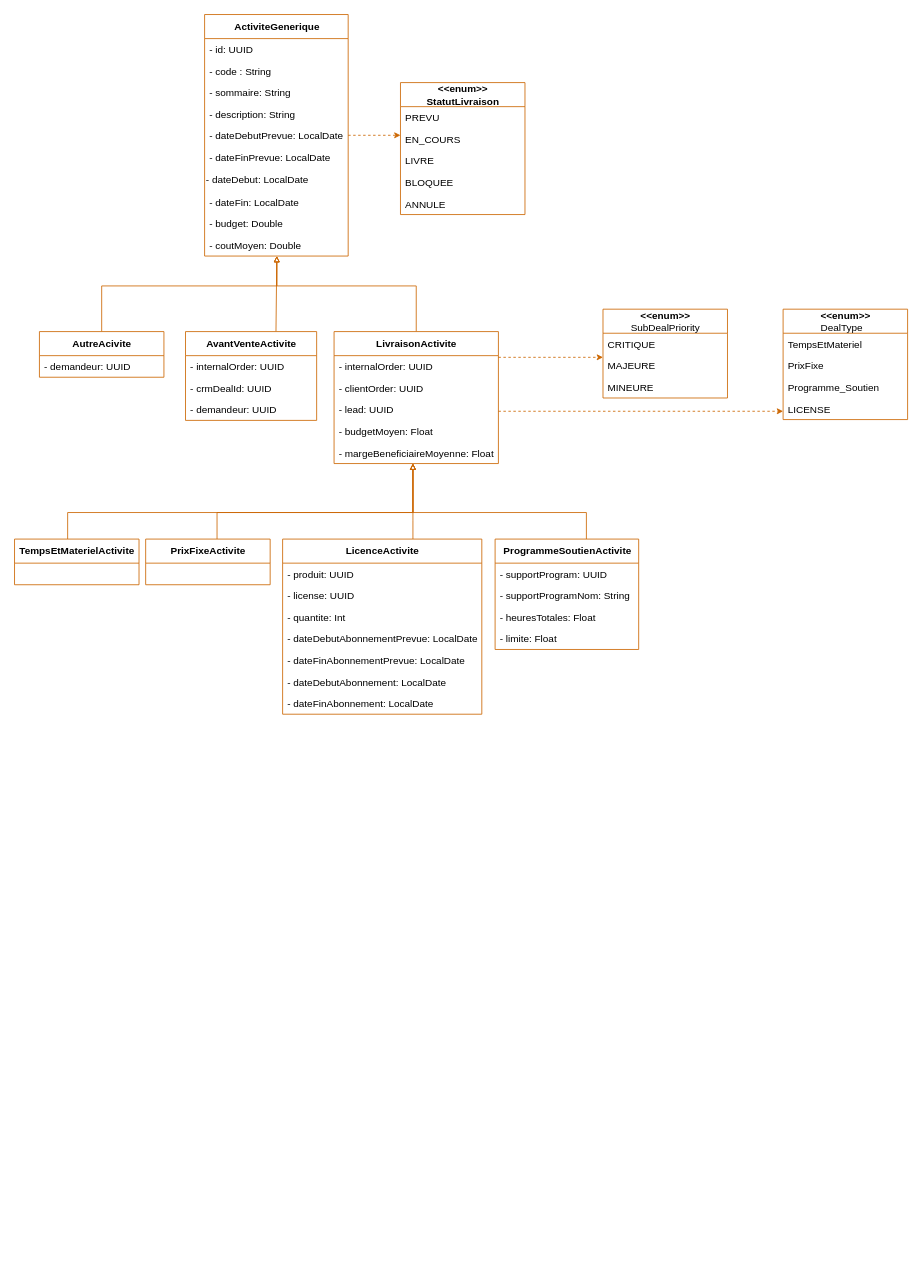
This is page "Page-2" (2 of 2) of Delivery/Delivery_Fr_DiagrammeClasse.drawio from ZidiMedAmine/UML, a draw.io file, before an edit. Source tidied: cells renumbered, new cells numbered last; positions are measured from the earlier drawing's top-left corner, leaving out a move shared by most shapes. Both pictures are drawn from the tidied source at 83%, with x=0, y=0 at pixel (14, 14).
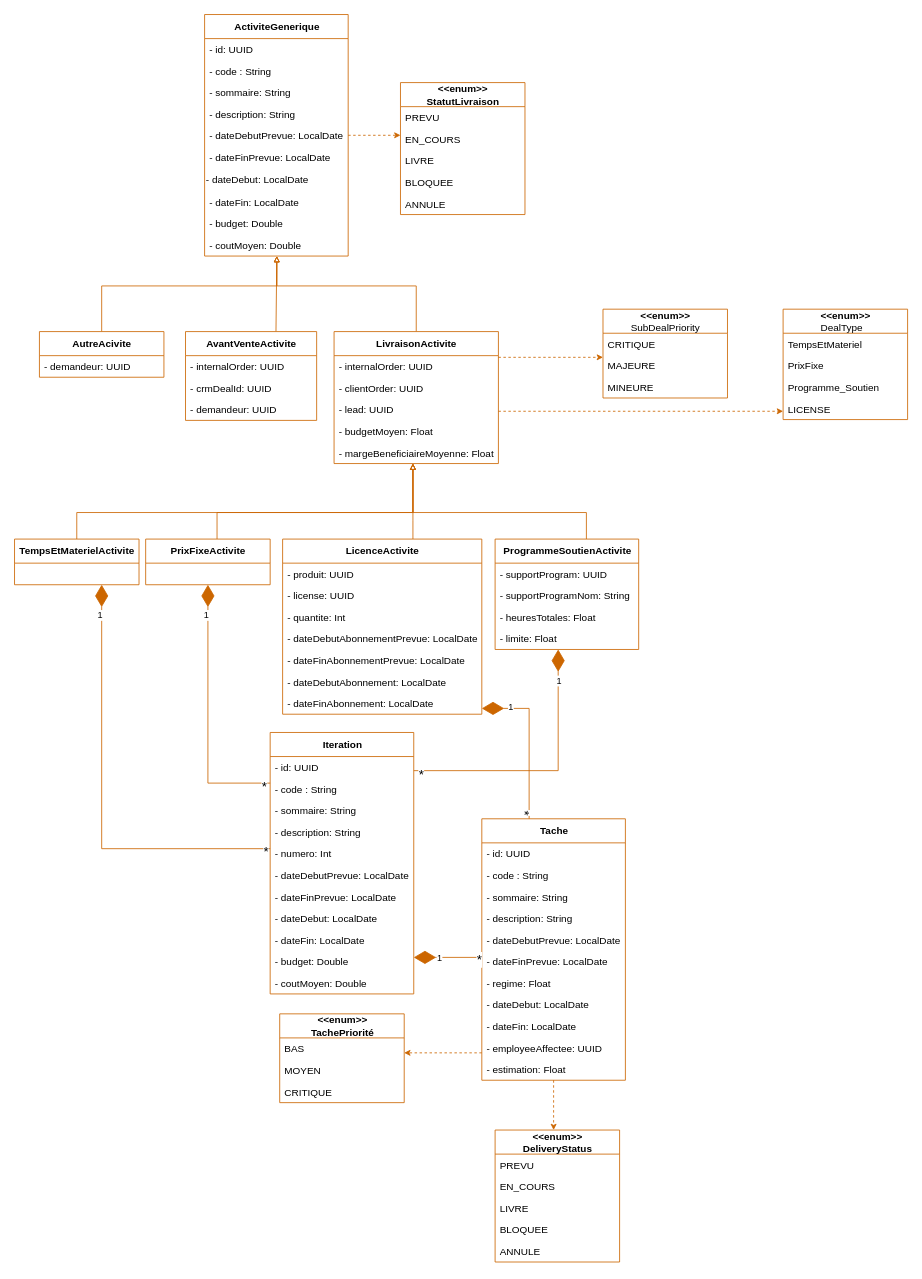
Above is the later version.

Unchanged cells that the change refers to:
```xml
<mxCell id="24" value="LivraisonActivite" style="swimlane;fontStyle=1;align=center;verticalAlign=middle;horizontal=1;startSize=29;html=1;fontSize=12;labelPosition=center;verticalLabelPosition=middle;swimlaneLine=1;rounded=0;sketch=0;glass=0;strokeColor=#CC6600;" parent="1" vertex="1">
  <mxGeometry x="385" y="382" width="198" height="159" as="geometry" />
</mxCell>
<mxCell id="36" value="&lt;b&gt;PrixFixe&lt;/b&gt;&lt;b&gt;Activite&lt;/b&gt;" style="swimlane;fontStyle=1;align=center;verticalAlign=middle;horizontal=1;startSize=29;html=1;fontSize=12;labelPosition=center;verticalLabelPosition=middle;swimlaneLine=1;rounded=0;sketch=0;glass=0;strokeColor=#CC6600;" parent="1" vertex="1">
  <mxGeometry x="158" y="632" width="150" height="55" as="geometry" />
</mxCell>
<mxCell id="38" value="&lt;b&gt;TempsEtMateriel&lt;/b&gt;&lt;b&gt;Activite&lt;/b&gt;" style="swimlane;fontStyle=1;align=center;verticalAlign=middle;horizontal=1;startSize=29;html=1;fontSize=12;labelPosition=center;verticalLabelPosition=middle;swimlaneLine=1;rounded=0;sketch=0;glass=0;strokeColor=#CC6600;" parent="1" vertex="1">
  <mxGeometry y="632" width="150" height="55" as="geometry" />
</mxCell>
<mxCell id="40" value="Licence&lt;b&gt;Activite&lt;/b&gt;" style="swimlane;fontStyle=1;align=center;verticalAlign=middle;horizontal=1;startSize=29;html=1;fontSize=12;labelPosition=center;verticalLabelPosition=middle;swimlaneLine=1;rounded=0;sketch=0;glass=0;strokeColor=#CC6600;" parent="1" vertex="1">
  <mxGeometry x="323" y="632" width="240" height="211" as="geometry" />
</mxCell>
<mxCell id="49" value="&lt;b&gt;ProgrammeSoutien&lt;/b&gt;&lt;b&gt;Activite&lt;/b&gt;" style="swimlane;fontStyle=1;align=center;verticalAlign=middle;horizontal=1;startSize=29;html=1;fontSize=12;labelPosition=center;verticalLabelPosition=middle;swimlaneLine=1;rounded=0;sketch=0;glass=0;strokeColor=#CC6600;" parent="1" vertex="1">
  <mxGeometry x="579" y="632" width="173" height="133" as="geometry" />
</mxCell>
```

Change to the diagram source:
```diff
@@
     <mxCell id="37" style="edgeStyle=orthogonalEdgeStyle;rounded=0;jettySize=auto;html=1;endArrow=block;endFill=0;startSize=5;endSize=5;strokeColor=#CC6600;" parent="1" edge="1" source="38" target="24">
       <mxGeometry relative="1" as="geometry">
         <Array as="points">
-          <mxPoint x="64" y="600" />
+          <mxPoint x="75" y="600" />
           <mxPoint x="480" y="600" />
         </Array>
       </mxGeometry>
     </mxCell>
@@
+    <mxCell id="65" value="&lt;b&gt;Iteration&lt;/b&gt;" style="swimlane;fontStyle=0;align=center;verticalAlign=middle;horizontal=1;startSize=29;html=1;fontSize=12;labelPosition=center;verticalLabelPosition=middle;strokeColor=#CC6600;swimlaneLine=1;rounded=0;shadow=0;glass=0;sketch=0;perimeterSpacing=0;" parent="1" vertex="1">
+      <mxGeometry x="308" y="865" width="173" height="315" as="geometry" />
+    </mxCell>
+    <mxCell id="66" value="- id: UUID" style="text;strokeColor=none;fillColor=none;align=left;verticalAlign=top;spacingLeft=4;spacingRight=4;overflow=hidden;fontStyle=0;" parent="65" vertex="1">
+      <mxGeometry y="29" width="173" height="26" as="geometry" />
+    </mxCell>
+    <mxCell id="67" value="- code : String" style="text;strokeColor=none;fillColor=none;align=left;verticalAlign=top;spacingLeft=4;spacingRight=4;overflow=hidden;fontStyle=0;" parent="65" vertex="1">
+      <mxGeometry y="55" width="173" height="26" as="geometry" />
+    </mxCell>
+    <mxCell id="68" value="- sommaire: String" style="text;strokeColor=none;fillColor=none;align=left;verticalAlign=top;spacingLeft=4;spacingRight=4;overflow=hidden;fontStyle=0;" parent="65" vertex="1">
+      <mxGeometry y="81" width="173" height="26" as="geometry" />
+    </mxCell>
+    <mxCell id="69" value="- description: String" style="text;strokeColor=none;fillColor=none;align=left;verticalAlign=top;spacingLeft=4;spacingRight=4;overflow=hidden;fontStyle=0;" parent="65" vertex="1">
+      <mxGeometry y="107" width="173" height="26" as="geometry" />
+    </mxCell>
+    <mxCell id="70" value="- numero: Int" style="text;strokeColor=none;fillColor=none;align=left;verticalAlign=top;spacingLeft=4;spacingRight=4;overflow=hidden;fontStyle=0;" parent="65" vertex="1">
+      <mxGeometry y="133" width="173" height="26" as="geometry" />
+    </mxCell>
+    <mxCell id="71" value="- dateDebutPrevue: LocalDate" style="text;strokeColor=none;fillColor=none;align=left;verticalAlign=top;spacingLeft=4;spacingRight=4;overflow=hidden;fontStyle=0;" parent="65" vertex="1">
+      <mxGeometry y="159" width="173" height="26" as="geometry" />
+    </mxCell>
+    <mxCell id="72" value="- dateFinPrevue: LocalDate" style="text;strokeColor=none;fillColor=none;align=left;verticalAlign=top;spacingLeft=4;spacingRight=4;overflow=hidden;fontStyle=0;" parent="65" vertex="1">
+      <mxGeometry y="185" width="173" height="26" as="geometry" />
+    </mxCell>
+    <mxCell id="73" value="- dateDebut: LocalDate" style="text;strokeColor=none;fillColor=none;align=left;verticalAlign=top;spacingLeft=4;spacingRight=4;overflow=hidden;fontStyle=0;" parent="65" vertex="1">
+      <mxGeometry y="211" width="173" height="26" as="geometry" />
+    </mxCell>
+    <mxCell id="74" value="- dateFin: LocalDate" style="text;strokeColor=none;fillColor=none;align=left;verticalAlign=top;spacingLeft=4;spacingRight=4;overflow=hidden;fontStyle=0;" parent="65" vertex="1">
+      <mxGeometry y="237" width="173" height="26" as="geometry" />
+    </mxCell>
+    <mxCell id="75" value="- budget: Double" style="text;strokeColor=none;fillColor=none;align=left;verticalAlign=top;spacingLeft=4;spacingRight=4;overflow=hidden;fontStyle=0;" parent="65" vertex="1">
+      <mxGeometry y="263" width="173" height="26" as="geometry" />
+    </mxCell>
+    <mxCell id="76" value="- coutMoyen: Double" style="text;strokeColor=none;fillColor=none;align=left;verticalAlign=top;spacingLeft=4;spacingRight=4;overflow=hidden;fontStyle=0;" parent="65" vertex="1">
+      <mxGeometry y="289" width="173" height="26" as="geometry" />
+    </mxCell>
+    <mxCell id="77" value="&lt;b&gt;Tache&lt;br&gt;&lt;/b&gt;" style="swimlane;fontStyle=0;align=center;verticalAlign=middle;horizontal=1;startSize=29;html=1;fontSize=12;labelPosition=center;verticalLabelPosition=middle;strokeColor=#CC6600;swimlaneLine=1;rounded=0;shadow=0;glass=0;sketch=0;perimeterSpacing=0;" parent="1" vertex="1">
+      <mxGeometry x="563" y="969" width="173" height="315" as="geometry" />
+    </mxCell>
+    <mxCell id="78" value="- id: UUID" style="text;strokeColor=none;fillColor=none;align=left;verticalAlign=top;spacingLeft=4;spacingRight=4;overflow=hidden;fontStyle=0;" parent="77" vertex="1">
+      <mxGeometry y="29" width="173" height="26" as="geometry" />
+    </mxCell>
+    <mxCell id="79" value="- code : String" style="text;strokeColor=none;fillColor=none;align=left;verticalAlign=top;spacingLeft=4;spacingRight=4;overflow=hidden;fontStyle=0;" parent="77" vertex="1">
+      <mxGeometry y="55" width="173" height="26" as="geometry" />
+    </mxCell>
+    <mxCell id="80" value="- sommaire: String" style="text;strokeColor=none;fillColor=none;align=left;verticalAlign=top;spacingLeft=4;spacingRight=4;overflow=hidden;fontStyle=0;" parent="77" vertex="1">
+      <mxGeometry y="81" width="173" height="26" as="geometry" />
+    </mxCell>
+    <mxCell id="81" value="- description: String" style="text;strokeColor=none;fillColor=none;align=left;verticalAlign=top;spacingLeft=4;spacingRight=4;overflow=hidden;fontStyle=0;" parent="77" vertex="1">
+      <mxGeometry y="107" width="173" height="26" as="geometry" />
+    </mxCell>
+    <mxCell id="82" value="- dateDebutPrevue: LocalDate" style="text;strokeColor=none;fillColor=none;align=left;verticalAlign=top;spacingLeft=4;spacingRight=4;overflow=hidden;fontStyle=0;" parent="77" vertex="1">
+      <mxGeometry y="133" width="173" height="26" as="geometry" />
+    </mxCell>
+    <mxCell id="83" value="- dateFinPrevue: LocalDate" style="text;strokeColor=none;fillColor=none;align=left;verticalAlign=top;spacingLeft=4;spacingRight=4;overflow=hidden;fontStyle=0;" parent="77" vertex="1">
+      <mxGeometry y="159" width="173" height="26" as="geometry" />
+    </mxCell>
+    <mxCell id="84" value="- regime: Float" style="text;strokeColor=none;fillColor=none;align=left;verticalAlign=top;spacingLeft=4;spacingRight=4;overflow=hidden;fontStyle=0;" parent="77" vertex="1">
+      <mxGeometry y="185" width="173" height="26" as="geometry" />
+    </mxCell>
+    <mxCell id="85" value="- dateDebut: LocalDate" style="text;strokeColor=none;fillColor=none;align=left;verticalAlign=top;spacingLeft=4;spacingRight=4;overflow=hidden;fontStyle=0;" parent="77" vertex="1">
+      <mxGeometry y="211" width="173" height="26" as="geometry" />
+    </mxCell>
+    <mxCell id="86" value="- dateFin: LocalDate" style="text;strokeColor=none;fillColor=none;align=left;verticalAlign=top;spacingLeft=4;spacingRight=4;overflow=hidden;fontStyle=0;" parent="77" vertex="1">
+      <mxGeometry y="237" width="173" height="26" as="geometry" />
+    </mxCell>
+    <mxCell id="87" value="- employeeAffectee: UUID" style="text;strokeColor=none;fillColor=none;align=left;verticalAlign=top;spacingLeft=4;spacingRight=4;overflow=hidden;fontStyle=0;" parent="77" vertex="1">
+      <mxGeometry y="263" width="173" height="26" as="geometry" />
+    </mxCell>
+    <mxCell id="88" value="- estimation: Float" style="text;strokeColor=none;fillColor=none;align=left;verticalAlign=top;spacingLeft=4;spacingRight=4;overflow=hidden;fontStyle=0;" parent="77" vertex="1">
+      <mxGeometry y="289" width="173" height="26" as="geometry" />
+    </mxCell>
+    <mxCell id="89" value="&lt;b&gt;&amp;lt;&amp;lt;enum&amp;gt;&amp;gt;&lt;/b&gt;&lt;br&gt;&lt;div style=&quot;text-align: left&quot;&gt;&lt;b&gt;TachePriorité&lt;/b&gt;&lt;br&gt;&lt;/div&gt;" style="swimlane;fontStyle=0;align=center;verticalAlign=middle;horizontal=1;startSize=29;html=1;fontSize=12;labelPosition=center;verticalLabelPosition=middle;swimlaneLine=1;rounded=0;sketch=0;glass=0;strokeColor=#CC6600;" parent="1" vertex="1">
+      <mxGeometry x="319.5" y="1204" width="150" height="107" as="geometry" />
+    </mxCell>
+    <mxCell id="90" value="BAS" style="text;strokeColor=none;fillColor=none;align=left;verticalAlign=top;spacingLeft=4;spacingRight=4;overflow=hidden;fontStyle=0;" parent="89" vertex="1">
+      <mxGeometry y="29" width="150" height="26" as="geometry" />
+    </mxCell>
+    <mxCell id="91" value="MOYEN" style="text;strokeColor=none;fillColor=none;align=left;verticalAlign=top;spacingLeft=4;spacingRight=4;overflow=hidden;fontStyle=0;" parent="89" vertex="1">
+      <mxGeometry y="55" width="150" height="26" as="geometry" />
+    </mxCell>
+    <mxCell id="92" value="CRITIQUE" style="text;strokeColor=none;fillColor=none;align=left;verticalAlign=top;spacingLeft=4;spacingRight=4;overflow=hidden;fontStyle=0;" parent="89" vertex="1">
+      <mxGeometry y="81" width="150" height="26" as="geometry" />
+    </mxCell>
+    <mxCell id="93" value="&lt;b&gt;&amp;lt;&amp;lt;enum&amp;gt;&amp;gt;&lt;/b&gt;&lt;br&gt;&lt;div style=&quot;text-align: left&quot;&gt;&lt;b&gt;DeliveryStatus&lt;/b&gt;&lt;br&gt;&lt;/div&gt;" style="swimlane;fontStyle=0;align=center;verticalAlign=middle;horizontal=1;startSize=29;html=1;fontSize=12;labelPosition=center;verticalLabelPosition=middle;swimlaneLine=1;rounded=0;sketch=0;glass=0;strokeColor=#CC6600;" parent="1" vertex="1">
+      <mxGeometry x="579" y="1344" width="150" height="159" as="geometry" />
+    </mxCell>
+    <mxCell id="94" value="PREVU" style="text;strokeColor=none;fillColor=none;align=left;verticalAlign=top;spacingLeft=4;spacingRight=4;overflow=hidden;fontStyle=0;" parent="93" vertex="1">
+      <mxGeometry y="29" width="150" height="26" as="geometry" />
+    </mxCell>
+    <mxCell id="95" value="EN_COURS" style="text;strokeColor=none;fillColor=none;align=left;verticalAlign=top;spacingLeft=4;spacingRight=4;overflow=hidden;fontStyle=0;" parent="93" vertex="1">
+      <mxGeometry y="55" width="150" height="26" as="geometry" />
+    </mxCell>
+    <mxCell id="96" value="LIVRE" style="text;strokeColor=none;fillColor=none;align=left;verticalAlign=top;spacingLeft=4;spacingRight=4;overflow=hidden;fontStyle=0;" parent="93" vertex="1">
+      <mxGeometry y="81" width="150" height="26" as="geometry" />
+    </mxCell>
+    <mxCell id="97" value="BLOQUEE" style="text;strokeColor=none;fillColor=none;align=left;verticalAlign=top;spacingLeft=4;spacingRight=4;overflow=hidden;fontStyle=0;" parent="93" vertex="1">
+      <mxGeometry y="107" width="150" height="26" as="geometry" />
+    </mxCell>
+    <mxCell id="98" value="ANNULE" style="text;strokeColor=none;fillColor=none;align=left;verticalAlign=top;spacingLeft=4;spacingRight=4;overflow=hidden;fontStyle=0;" parent="93" vertex="1">
+      <mxGeometry y="133" width="150" height="26" as="geometry" />
+    </mxCell>
+    <mxCell id="99" style="rounded=0;jettySize=auto;html=1;endArrow=classic;endFill=1;startSize=5;endSize=5;dashed=1;strokeColor=#CC6600;edgeStyle=orthogonalEdgeStyle;" parent="1" edge="1" source="77" target="93">
+      <mxGeometry relative="1" as="geometry">
+        <Array as="points">
+          <mxPoint x="626" y="1382" />
+          <mxPoint x="626" y="1382" />
+        </Array>
+      </mxGeometry>
+    </mxCell>
+    <mxCell id="100" style="endArrow=diamondThin;endFill=1;endSize=24;html=1;rounded=0;strokeColor=#CC6600;edgeStyle=orthogonalEdgeStyle;" parent="1" edge="1" source="77" target="65">
+      <mxGeometry relative="1" as="geometry">
+        <Array as="points">
+          <mxPoint x="509" y="1136" />
+          <mxPoint x="509" y="1136" />
+        </Array>
+      </mxGeometry>
+    </mxCell>
+    <mxCell id="101" value="1" style="edgeLabel;html=1;align=center;verticalAlign=middle;" parent="100" vertex="1">
+      <mxGeometry x="-0.71" y="-1" relative="1" as="geometry">
+        <mxPoint x="-40" y="1" as="offset" />
+      </mxGeometry>
+    </mxCell>
+    <mxCell id="102" value="*" style="edgeLabel;html=1;align=center;verticalAlign=middle;rotation=0;fontSize=16;" parent="100" vertex="1">
+      <mxGeometry x="-0.12" relative="1" as="geometry">
+        <mxPoint x="32" y="2" as="offset" />
+      </mxGeometry>
+    </mxCell>
+    <mxCell id="103" style="rounded=0;jettySize=auto;html=1;endArrow=classic;endFill=1;startSize=5;endSize=5;dashed=1;strokeColor=#CC6600;edgeStyle=orthogonalEdgeStyle;" parent="1" edge="1" source="77" target="89">
+      <mxGeometry relative="1" as="geometry">
+        <Array as="points">
+          <mxPoint x="521" y="1251" />
+          <mxPoint x="521" y="1251" />
+        </Array>
+      </mxGeometry>
+    </mxCell>
+    <mxCell id="104" style="endArrow=diamondThin;endFill=1;endSize=24;html=1;rounded=0;strokeColor=#CC6600;edgeStyle=orthogonalEdgeStyle;" parent="1" edge="1" source="65" target="49">
+      <mxGeometry relative="1" as="geometry">
+        <Array as="points">
+          <mxPoint x="655" y="911" />
+        </Array>
+      </mxGeometry>
+    </mxCell>
+    <mxCell id="105" value="1" style="edgeLabel;html=1;align=center;verticalAlign=middle;" parent="104" vertex="1">
+      <mxGeometry x="-0.71" y="-1" relative="1" as="geometry">
+        <mxPoint x="128" y="-110" as="offset" />
+      </mxGeometry>
+    </mxCell>
+    <mxCell id="106" value="*" style="edgeLabel;html=1;align=center;verticalAlign=middle;rotation=0;fontSize=16;" parent="104" vertex="1">
+      <mxGeometry x="-0.12" relative="1" as="geometry">
+        <mxPoint x="-133" y="4" as="offset" />
+      </mxGeometry>
+    </mxCell>
+    <mxCell id="107" style="endArrow=diamondThin;endFill=1;endSize=24;html=1;rounded=0;strokeColor=#CC6600;edgeStyle=orthogonalEdgeStyle;" parent="1" edge="1" source="65" target="36">
+      <mxGeometry relative="1" as="geometry">
+        <Array as="points">
+          <mxPoint x="233" y="926" />
+        </Array>
+      </mxGeometry>
+    </mxCell>
+    <mxCell id="108" value="1" style="edgeLabel;html=1;align=center;verticalAlign=middle;" parent="107" vertex="1">
+      <mxGeometry x="-0.71" y="-1" relative="1" as="geometry">
+        <mxPoint x="-32" y="-202" as="offset" />
+      </mxGeometry>
+    </mxCell>
+    <mxCell id="109" value="*" style="edgeLabel;html=1;align=center;verticalAlign=middle;rotation=0;fontSize=16;" parent="107" vertex="1">
+      <mxGeometry x="-0.12" relative="1" as="geometry">
+        <mxPoint x="67" y="66" as="offset" />
+      </mxGeometry>
+    </mxCell>
+    <mxCell id="110" style="endArrow=diamondThin;endFill=1;endSize=24;html=1;rounded=0;strokeColor=#CC6600;edgeStyle=orthogonalEdgeStyle;" parent="1" edge="1" source="65" target="38">
+      <mxGeometry relative="1" as="geometry">
+        <Array as="points">
+          <mxPoint x="105" y="1005" />
+        </Array>
+      </mxGeometry>
+    </mxCell>
+    <mxCell id="111" value="1" style="edgeLabel;html=1;align=center;verticalAlign=middle;" parent="110" vertex="1">
+      <mxGeometry x="-0.71" y="-1" relative="1" as="geometry">
+        <mxPoint x="-130" y="-281" as="offset" />
+      </mxGeometry>
+    </mxCell>
+    <mxCell id="112" value="*" style="edgeLabel;html=1;align=center;verticalAlign=middle;rotation=0;fontSize=16;" parent="110" vertex="1">
+      <mxGeometry x="-0.12" relative="1" as="geometry">
+        <mxPoint x="197" y="28" as="offset" />
+      </mxGeometry>
+    </mxCell>
+    <mxCell id="113" style="endArrow=diamondThin;endFill=1;endSize=24;html=1;rounded=0;strokeColor=#CC6600;edgeStyle=orthogonalEdgeStyle;" parent="1" edge="1" source="77" target="40">
+      <mxGeometry relative="1" as="geometry">
+        <Array as="points">
+          <mxPoint x="620" y="836" />
+        </Array>
+      </mxGeometry>
+    </mxCell>
+    <mxCell id="114" value="1" style="edgeLabel;html=1;align=center;verticalAlign=middle;" parent="113" vertex="1">
+      <mxGeometry x="-0.71" y="-1" relative="1" as="geometry">
+        <mxPoint x="-24" y="-107" as="offset" />
+      </mxGeometry>
+    </mxCell>
+    <mxCell id="115" value="*" style="edgeLabel;html=1;align=center;verticalAlign=middle;rotation=90;fontSize=16;" parent="113" vertex="1">
+      <mxGeometry x="-0.12" relative="1" as="geometry">
+        <mxPoint x="-4" y="76" as="offset" />
+      </mxGeometry>
+    </mxCell>
```
